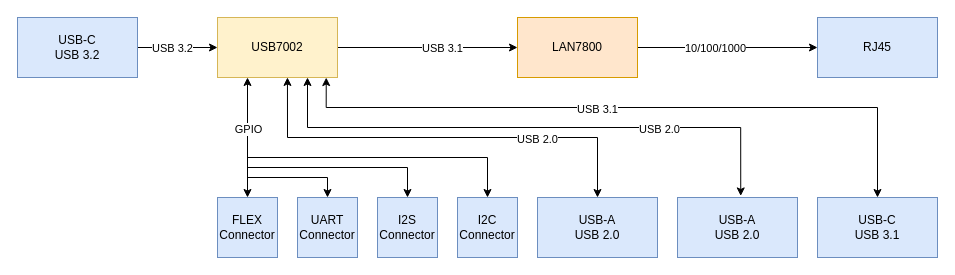
The draw.io diagram Docs/System Design/system-overview.drawio in silardg/hub_project, before the edit. Source tidied: cells renumbered, new cells numbered last; positions are measured from the earlier drawing's top-left corner, leaving out a move shared by most shapes. Both pictures are drawn from the tidied source at 100%, with x=0, y=0 at pixel (17, 17).
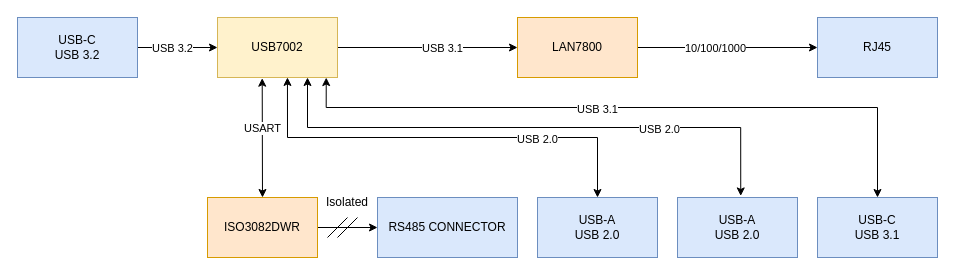
The same page after the edit.

Unchanged cells that the change refers to:
```xml
<mxCell id="13" value="USB7002" style="rounded=0;whiteSpace=wrap;html=1;fillColor=#fff2cc;strokeColor=#d6b656;" parent="1" vertex="1">
  <mxGeometry x="200" width="120" height="60" as="geometry" />
</mxCell>
```

Diff of the diagram source:
```diff
@@
-    <mxCell id="7" style="edgeStyle=orthogonalEdgeStyle;rounded=0;jettySize=auto;html=1;exitX=0.25;exitY=1;exitDx=0;exitDy=0;entryX=0.5;entryY=0;entryDx=0;entryDy=0;startArrow=classic;startFill=1;" parent="1" edge="1" source="13" target="29">
-      <mxGeometry relative="1" as="geometry" />
+    <mxCell id="7" style="edgeStyle=orthogonalEdgeStyle;rounded=0;jettySize=auto;html=1;exitX=0.206;exitY=1.011;exitDx=0;exitDy=0;entryX=0.5;entryY=0;entryDx=0;entryDy=0;startArrow=classic;startFill=1;exitPerimeter=0;" parent="1" edge="1" target="29">
+      <mxGeometry relative="1" as="geometry">
+        <mxPoint x="244.7" y="60.7" as="sourcePoint" />
+        <Array as="points">
+          <mxPoint x="245" y="61" />
+        </Array>
+      </mxGeometry>
     </mxCell>
-    <mxCell id="8" value="GPIO" style="edgeLabel;html=1;align=center;verticalAlign=middle;" parent="7" vertex="1">
+    <mxCell id="8" value="USART" style="edgeLabel;html=1;align=center;verticalAlign=middle;" parent="7" vertex="1">
       <mxGeometry x="-0.34" y="1" relative="1" as="geometry">
         <mxPoint x="-1" y="11" as="offset" />
       </mxGeometry>
     </mxCell>
@@
-    <mxCell id="23" style="edgeStyle=orthogonalEdgeStyle;rounded=0;jettySize=auto;html=1;exitX=0.5;exitY=0;exitDx=0;exitDy=0;endArrow=none;endFill=0;startArrow=classic;startFill=1;" parent="1" edge="1" source="24">
-      <mxGeometry relative="1" as="geometry">
-        <mxPoint x="230" y="140" as="targetPoint" />
-        <Array as="points">
-          <mxPoint x="470" y="140" />
-        </Array>
-      </mxGeometry>
-    </mxCell>
-    <mxCell id="24" value="I2C Connector" style="rounded=0;whiteSpace=wrap;html=1;fillColor=#dae8fc;strokeColor=#6c8ebf;" parent="1" vertex="1">
-      <mxGeometry x="440" y="180" width="60" height="60" as="geometry" />
-    </mxCell>
-    <mxCell id="25" style="edgeStyle=orthogonalEdgeStyle;rounded=0;jettySize=auto;html=1;exitX=0.5;exitY=0;exitDx=0;exitDy=0;endArrow=none;endFill=0;startArrow=classic;startFill=1;" parent="1" edge="1" source="26">
-      <mxGeometry relative="1" as="geometry">
-        <mxPoint x="230" y="150" as="targetPoint" />
-        <Array as="points">
-          <mxPoint x="390" y="150" />
-        </Array>
-      </mxGeometry>
-    </mxCell>
-    <mxCell id="26" value="I2S Connector" style="rounded=0;whiteSpace=wrap;html=1;fillColor=#dae8fc;strokeColor=#6c8ebf;" parent="1" vertex="1">
-      <mxGeometry x="360" y="180" width="60" height="60" as="geometry" />
-    </mxCell>
-    <mxCell id="27" style="edgeStyle=orthogonalEdgeStyle;rounded=0;jettySize=auto;html=1;exitX=0.5;exitY=0;exitDx=0;exitDy=0;startArrow=classic;startFill=1;endArrow=none;endFill=0;" parent="1" edge="1" source="28">
-      <mxGeometry relative="1" as="geometry">
-        <mxPoint x="230" y="160" as="targetPoint" />
-        <Array as="points">
-          <mxPoint x="310" y="160" />
-        </Array>
-      </mxGeometry>
-    </mxCell>
-    <mxCell id="28" value="UART Connector" style="rounded=0;whiteSpace=wrap;html=1;fillColor=#dae8fc;strokeColor=#6c8ebf;" parent="1" vertex="1">
-      <mxGeometry x="280" y="180" width="60" height="60" as="geometry" />
-    </mxCell>
+    <mxCell id="30" style="edgeStyle=orthogonalEdgeStyle;rounded=0;jettySize=auto;html=1;" parent="1" edge="1" source="29" target="31">
+      <mxGeometry relative="1" as="geometry" />
+    </mxCell>
-    <mxCell id="29" value="FLEX Connector" style="rounded=0;whiteSpace=wrap;html=1;fillColor=#dae8fc;strokeColor=#6c8ebf;" parent="1" vertex="1">
-      <mxGeometry x="200" y="180" width="60" height="60" as="geometry" />
+    <mxCell id="29" value="ISO3082DWR" style="rounded=0;whiteSpace=wrap;html=1;fillColor=#ffe6cc;strokeColor=#d79b00;" parent="1" vertex="1">
+      <mxGeometry x="190" y="180" width="110" height="60" as="geometry" />
     </mxCell>
+    <mxCell id="31" value="RS485 CONNECTOR" style="rounded=0;whiteSpace=wrap;html=1;fillColor=#dae8fc;strokeColor=#6c8ebf;" parent="1" vertex="1">
+      <mxGeometry x="360" y="180" width="140" height="60" as="geometry" />
+    </mxCell>
+    <mxCell id="32" style="endArrow=none;html=1;rounded=0;" parent="1" edge="1">
+      <mxGeometry relative="1" as="geometry">
+        <mxPoint x="310" y="220" as="sourcePoint" />
+        <mxPoint x="330" y="200" as="targetPoint" />
+      </mxGeometry>
+    </mxCell>
+    <mxCell id="33" style="endArrow=none;html=1;rounded=0;" parent="1" edge="1">
+      <mxGeometry relative="1" as="geometry">
+        <mxPoint x="320" y="220" as="sourcePoint" />
+        <mxPoint x="340" y="200" as="targetPoint" />
+      </mxGeometry>
+    </mxCell>
+    <mxCell id="34" value="Isolated" style="text;html=1;strokeColor=none;fillColor=none;align=center;verticalAlign=middle;whiteSpace=wrap;rounded=0;" parent="1" vertex="1">
+      <mxGeometry x="300" y="170" width="60" height="30" as="geometry" />
+    </mxCell>
```
